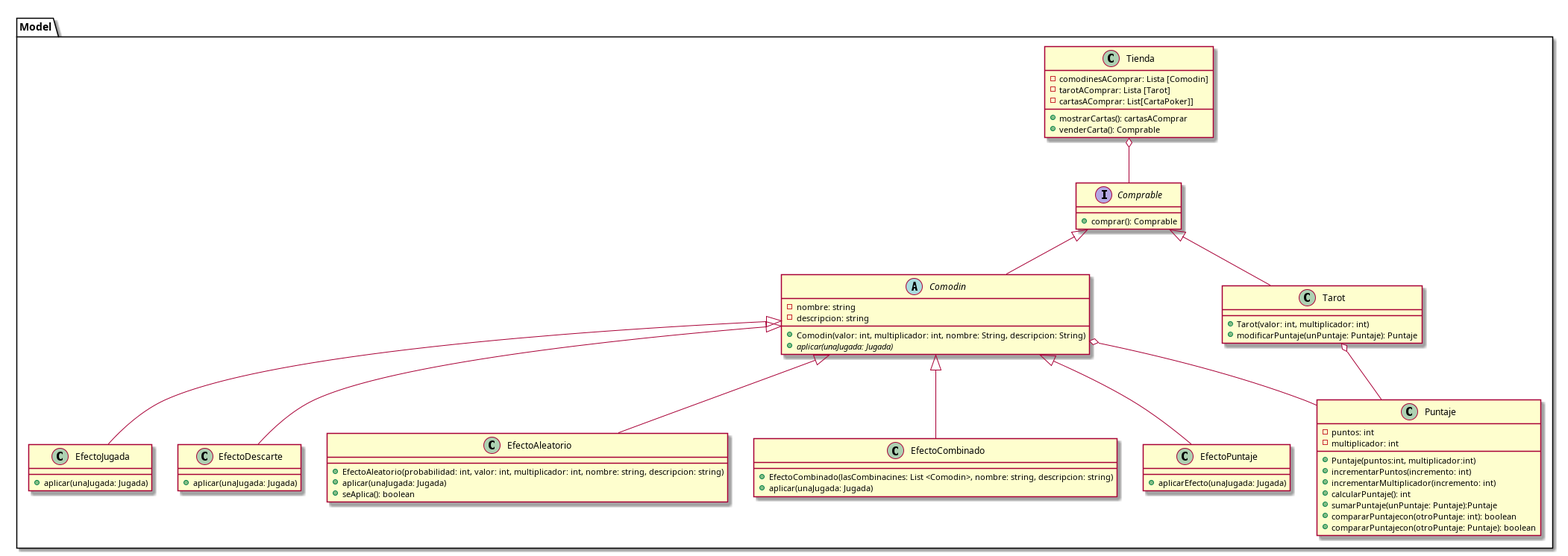
Earlier version of the PlantUML export diagrams/classes/clasesBalatro3.png (carruizdiaz1109/UBAlatro). Its source is kept beside it as diagrams/classes/clasesBalatro3.puml.
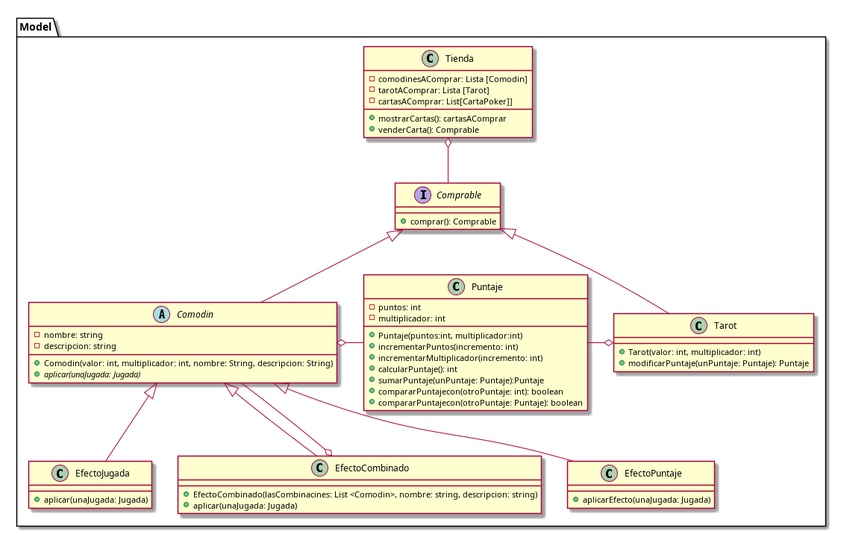
After the change.

Commit message:
Modifico diagramas de clase de los comodiens

What changed in the source:
```diff
@@ -25,14 +25,7 @@
 class EfectoJugada {
     + aplicar(unaJugada: Jugada)
 }
-class EfectoDescarte {
-    + aplicar(unaJugada: Jugada)
-}
-class EfectoAleatorio{
-    + EfectoAleatorio(probabilidad: int, valor: int, multiplicador: int, nombre: string, descripcion: string)
-    + aplicar(unaJugada: Jugada)
-    +seAplica(): boolean
-}
+
 class EfectoCombinado{
     + EfectoCombinado(lasCombinacines: List <Comodin>, nombre: string, descripcion: string)
     + aplicar(unaJugada: Jugada)
@@ -64,14 +57,11 @@
 Tienda o-- Comprable
 Comodin -up-|> Comprable
 Tarot -up-|> Comprable
+EfectoPuntaje -up-|> Comodin
 EfectoJugada -up-|> Comodin
-EfectoDescarte -up-|> Comodin
-EfectoAleatorio -up-|> Comodin
 EfectoCombinado -up-|> Comodin
-EfectoPuntaje -up-|> Comodin
-
-
-Comodin o-- Puntaje
-Tarot o-- Puntaje
+EfectoCombinado o-- Comodin
+Comodin o-right-- Puntaje
+Tarot o-left-- Puntaje
 }
 @enduml
```
